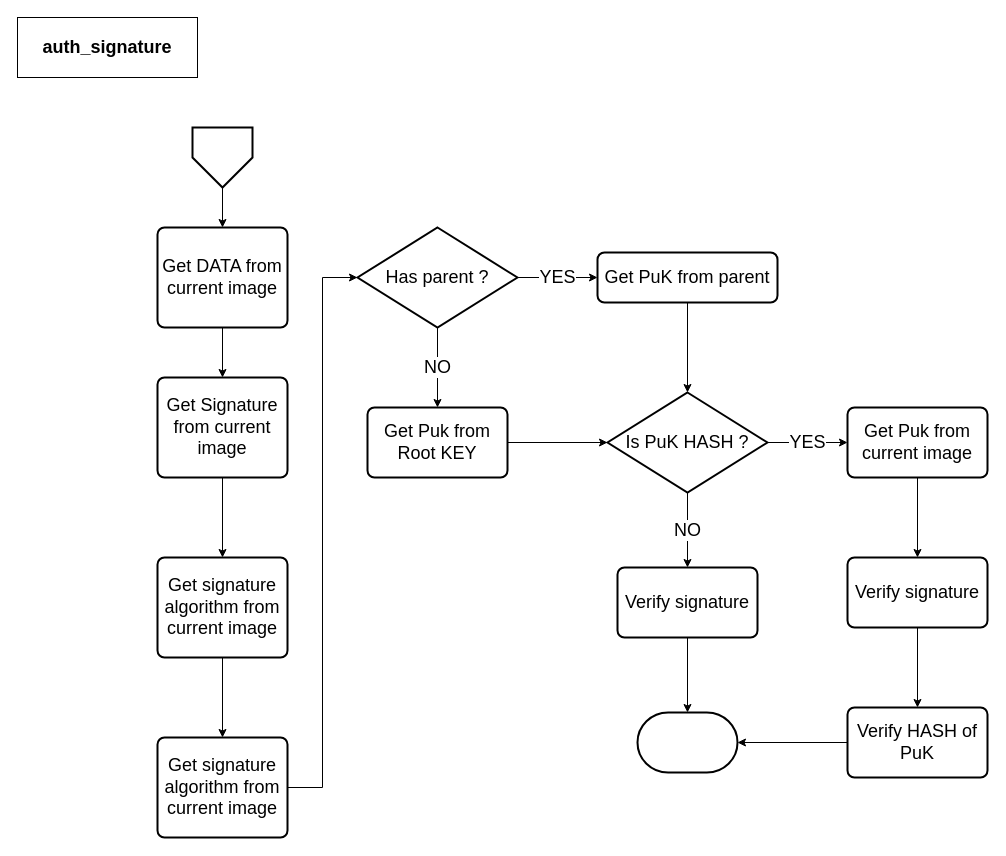
Earlier version of the draw.io diagram page "auth_signature" (6 of 7) of mbedx509_parser.drawio (daichin/secureboot). Source tidied: cells renumbered, new cells numbered last; positions are measured from the earlier drawing's top-left corner, leaving out a move shared by most shapes. Both pictures are drawn from the tidied source at 100%, with x=0, y=0 at pixel (17, 17).
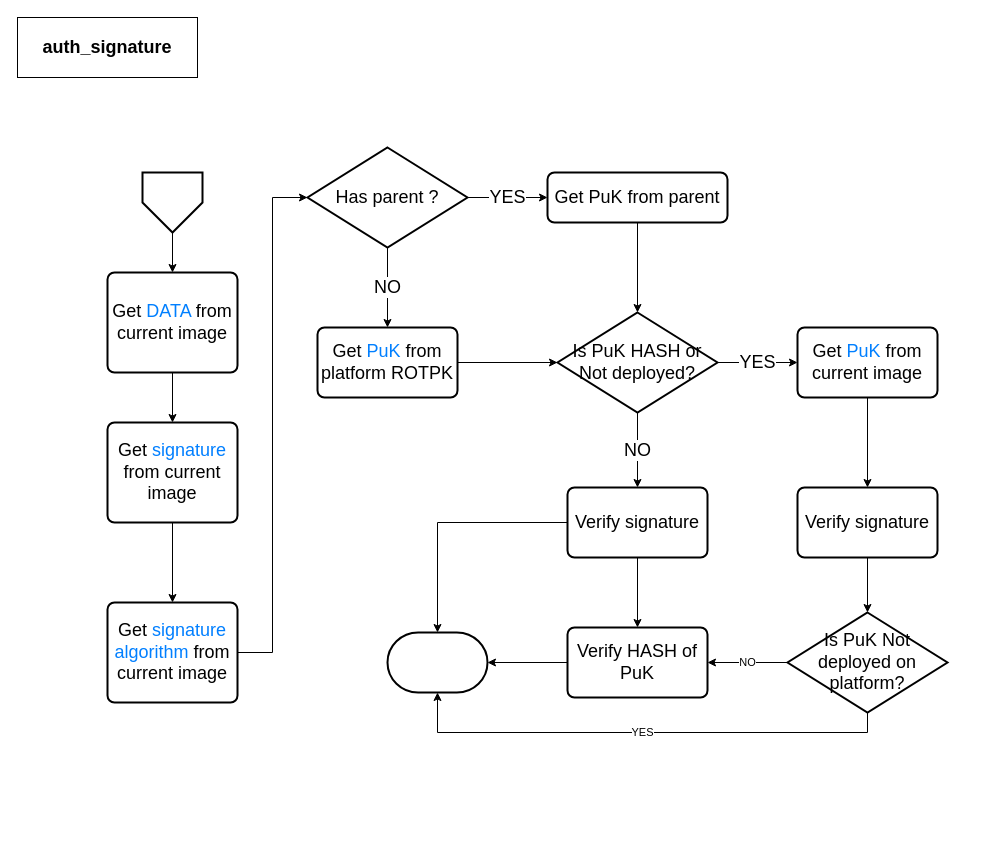
After the change.

Diff of the diagram source:
```diff
@@
     <mxCell id="4" style="verticalLabelPosition=bottom;verticalAlign=top;html=1;strokeWidth=2;shape=offPageConnector;rounded=0;size=0.5;fontSize=18;align=center;" parent="1" vertex="1">
-      <mxGeometry x="175" y="110" width="60" height="60" as="geometry" />
+      <mxGeometry x="125" y="155" width="60" height="60" as="geometry" />
     </mxCell>
@@
-    <mxCell id="6" value="Get DATA from current image" style="rounded=1;whiteSpace=wrap;html=1;absoluteArcSize=1;arcSize=14;strokeWidth=2;fontSize=18;align=center;" parent="1" vertex="1">
-      <mxGeometry x="140" y="210" width="130" height="100" as="geometry" />
+    <mxCell id="6" value="Get &lt;font color=&quot;#007fff&quot;&gt;DATA&lt;/font&gt; from current image" style="rounded=1;whiteSpace=wrap;html=1;absoluteArcSize=1;arcSize=14;strokeWidth=2;fontSize=18;align=center;" parent="1" vertex="1">
+      <mxGeometry x="90" y="255" width="130" height="100" as="geometry" />
     </mxCell>
@@
-    <mxCell id="8" value="Get Signature from current image" style="rounded=1;whiteSpace=wrap;html=1;absoluteArcSize=1;arcSize=14;strokeWidth=2;fontSize=18;align=center;" parent="1" vertex="1">
-      <mxGeometry x="140" y="360" width="130" height="100" as="geometry" />
+    <mxCell id="8" value="Get &lt;font color=&quot;#007fff&quot;&gt;signature&lt;/font&gt; from current image" style="rounded=1;whiteSpace=wrap;html=1;absoluteArcSize=1;arcSize=14;strokeWidth=2;fontSize=18;align=center;" parent="1" vertex="1">
+      <mxGeometry x="90" y="405" width="130" height="100" as="geometry" />
     </mxCell>
-    <mxCell id="9" style="edgeStyle=orthogonalEdgeStyle;rounded=0;jettySize=auto;html=1;fontSize=18;" parent="1" edge="1" source="10" target="12">
-      <mxGeometry relative="1" as="geometry" />
-    </mxCell>
-    <mxCell id="10" value="Get signature algorithm from current image" style="rounded=1;whiteSpace=wrap;html=1;absoluteArcSize=1;arcSize=14;strokeWidth=2;fontSize=18;align=center;" parent="1" vertex="1">
-      <mxGeometry x="140" y="540" width="130" height="100" as="geometry" />
+    <mxCell id="10" value="Get &lt;font color=&quot;#007fff&quot;&gt;signature algorithm&lt;/font&gt; from current image" style="rounded=1;whiteSpace=wrap;html=1;absoluteArcSize=1;arcSize=14;strokeWidth=2;fontSize=18;align=center;" parent="1" vertex="1">
+      <mxGeometry x="90" y="585" width="130" height="100" as="geometry" />
     </mxCell>
-    <mxCell id="11" style="edgeStyle=orthogonalEdgeStyle;rounded=0;jettySize=auto;html=1;exitX=1;exitY=0.5;exitDx=0;exitDy=0;entryX=0;entryY=0.5;entryDx=0;entryDy=0;entryPerimeter=0;fontSize=18;" parent="1" edge="1" source="12" target="15">
+    <mxCell id="11" style="edgeStyle=orthogonalEdgeStyle;rounded=0;jettySize=auto;html=1;exitX=1;exitY=0.5;exitDx=0;exitDy=0;entryX=0;entryY=0.5;entryDx=0;entryDy=0;entryPerimeter=0;fontSize=18;" parent="1" edge="1" source="10" target="15">
       <mxGeometry relative="1" as="geometry" />
     </mxCell>
-    <mxCell id="12" value="Get signature algorithm from current image" style="rounded=1;whiteSpace=wrap;html=1;absoluteArcSize=1;arcSize=14;strokeWidth=2;fontSize=18;align=center;" parent="1" vertex="1">
-      <mxGeometry x="140" y="720" width="130" height="100" as="geometry" />
-    </mxCell>
@@
     <mxCell id="15" value="Has parent ?" style="strokeWidth=2;html=1;shape=mxgraph.flowchart.decision;whiteSpace=wrap;fontSize=18;align=center;" parent="1" vertex="1">
-      <mxGeometry x="340" y="210" width="160" height="100" as="geometry" />
+      <mxGeometry x="290" y="130" width="160" height="100" as="geometry" />
     </mxCell>
@@
     <mxCell id="17" value="Get PuK from parent" style="rounded=1;whiteSpace=wrap;html=1;absoluteArcSize=1;arcSize=14;strokeWidth=2;fontSize=18;align=center;" parent="1" vertex="1">
-      <mxGeometry x="580" y="235" width="180" height="50" as="geometry" />
+      <mxGeometry x="530" y="155" width="180" height="50" as="geometry" />
     </mxCell>
@@
-    <mxCell id="19" value="Get Puk from Root KEY" style="rounded=1;whiteSpace=wrap;html=1;absoluteArcSize=1;arcSize=14;strokeWidth=2;fontSize=18;align=center;" parent="1" vertex="1">
-      <mxGeometry x="350" y="390" width="140" height="70" as="geometry" />
+    <mxCell id="19" value="Get &lt;font color=&quot;#007fff&quot;&gt;PuK&lt;/font&gt;&amp;nbsp;from platform ROTPK" style="rounded=1;whiteSpace=wrap;html=1;absoluteArcSize=1;arcSize=14;strokeWidth=2;fontSize=18;align=center;" parent="1" vertex="1">
+      <mxGeometry x="300" y="310" width="140" height="70" as="geometry" />
     </mxCell>
@@
-    <mxCell id="22" value="Is PuK HASH ?" style="strokeWidth=2;html=1;shape=mxgraph.flowchart.decision;whiteSpace=wrap;fontSize=18;align=center;" parent="1" vertex="1">
-      <mxGeometry x="590" y="375" width="160" height="100" as="geometry" />
+    <mxCell id="22" value="Is PuK HASH or Not deployed?" style="strokeWidth=2;html=1;shape=mxgraph.flowchart.decision;whiteSpace=wrap;fontSize=18;align=center;" parent="1" vertex="1">
+      <mxGeometry x="540" y="295" width="160" height="100" as="geometry" />
     </mxCell>
@@
-    <mxCell id="24" value="Get Puk from current image" style="rounded=1;whiteSpace=wrap;html=1;absoluteArcSize=1;arcSize=14;strokeWidth=2;fontSize=18;align=center;" parent="1" vertex="1">
-      <mxGeometry x="830" y="390" width="140" height="70" as="geometry" />
+    <mxCell id="24" value="Get &lt;font color=&quot;#007fff&quot;&gt;PuK&lt;/font&gt; from current image" style="rounded=1;whiteSpace=wrap;html=1;absoluteArcSize=1;arcSize=14;strokeWidth=2;fontSize=18;align=center;" parent="1" vertex="1">
+      <mxGeometry x="780" y="310" width="140" height="70" as="geometry" />
     </mxCell>
-    <mxCell id="25" style="edgeStyle=orthogonalEdgeStyle;rounded=0;jettySize=auto;html=1;fontSize=18;" parent="1" edge="1" source="26" target="28">
-      <mxGeometry relative="1" as="geometry" />
-    </mxCell>
+    <mxCell id="32" style="edgeStyle=orthogonalEdgeStyle;rounded=0;jettySize=auto;html=1;" parent="1" edge="1" source="26" target="36">
+      <mxGeometry relative="1" as="geometry" />
+    </mxCell>
     <mxCell id="26" value="Verify signature" style="rounded=1;whiteSpace=wrap;html=1;absoluteArcSize=1;arcSize=14;strokeWidth=2;fontSize=18;align=center;" parent="1" vertex="1">
-      <mxGeometry x="830" y="540" width="140" height="70" as="geometry" />
+      <mxGeometry x="780" y="470" width="140" height="70" as="geometry" />
     </mxCell>
-    <mxCell id="27" style="edgeStyle=orthogonalEdgeStyle;rounded=0;jettySize=auto;html=1;exitX=0;exitY=0.5;exitDx=0;exitDy=0;entryX=1;entryY=0.5;entryDx=0;entryDy=0;entryPerimeter=0;fontSize=18;" parent="1" edge="1" source="28" target="31">
+    <mxCell id="27" style="edgeStyle=orthogonalEdgeStyle;rounded=0;jettySize=auto;html=1;" parent="1" edge="1" source="28" target="31">
       <mxGeometry relative="1" as="geometry" />
     </mxCell>
     <mxCell id="28" value="Verify HASH of PuK" style="rounded=1;whiteSpace=wrap;html=1;absoluteArcSize=1;arcSize=14;strokeWidth=2;fontSize=18;align=center;" parent="1" vertex="1">
-      <mxGeometry x="830" y="690" width="140" height="70" as="geometry" />
+      <mxGeometry x="550" y="610" width="140" height="70" as="geometry" />
     </mxCell>
@@
+    <mxCell id="33" style="edgeStyle=orthogonalEdgeStyle;rounded=0;jettySize=auto;html=1;" parent="1" edge="1" source="30" target="28">
+      <mxGeometry relative="1" as="geometry" />
+    </mxCell>
     <mxCell id="30" value="Verify signature" style="rounded=1;whiteSpace=wrap;html=1;absoluteArcSize=1;arcSize=14;strokeWidth=2;fontSize=18;align=center;" parent="1" vertex="1">
-      <mxGeometry x="600" y="550" width="140" height="70" as="geometry" />
+      <mxGeometry x="550" y="470" width="140" height="70" as="geometry" />
     </mxCell>
     <mxCell id="31" style="strokeWidth=2;html=1;shape=mxgraph.flowchart.terminator;whiteSpace=wrap;fontSize=18;align=center;" parent="1" vertex="1">
-      <mxGeometry x="620" y="695" width="100" height="60" as="geometry" />
+      <mxGeometry x="370" y="615" width="100" height="60" as="geometry" />
     </mxCell>
+    <mxCell id="34" value="NO" style="edgeStyle=orthogonalEdgeStyle;rounded=0;jettySize=auto;html=1;" parent="1" edge="1" source="36" target="28">
+      <mxGeometry relative="1" as="geometry" />
+    </mxCell>
+    <mxCell id="35" value="YES" style="edgeStyle=orthogonalEdgeStyle;rounded=0;jettySize=auto;html=1;exitX=0.5;exitY=1;exitDx=0;exitDy=0;exitPerimeter=0;entryX=0.5;entryY=1;entryDx=0;entryDy=0;entryPerimeter=0;" parent="1" edge="1" source="36" target="31">
+      <mxGeometry relative="1" as="geometry" />
+    </mxCell>
+    <mxCell id="36" value="Is PuK Not deployed on platform?" style="strokeWidth=2;html=1;shape=mxgraph.flowchart.decision;whiteSpace=wrap;fontSize=18;align=center;" parent="1" vertex="1">
+      <mxGeometry x="770" y="595" width="160" height="100" as="geometry" />
+    </mxCell>
```
